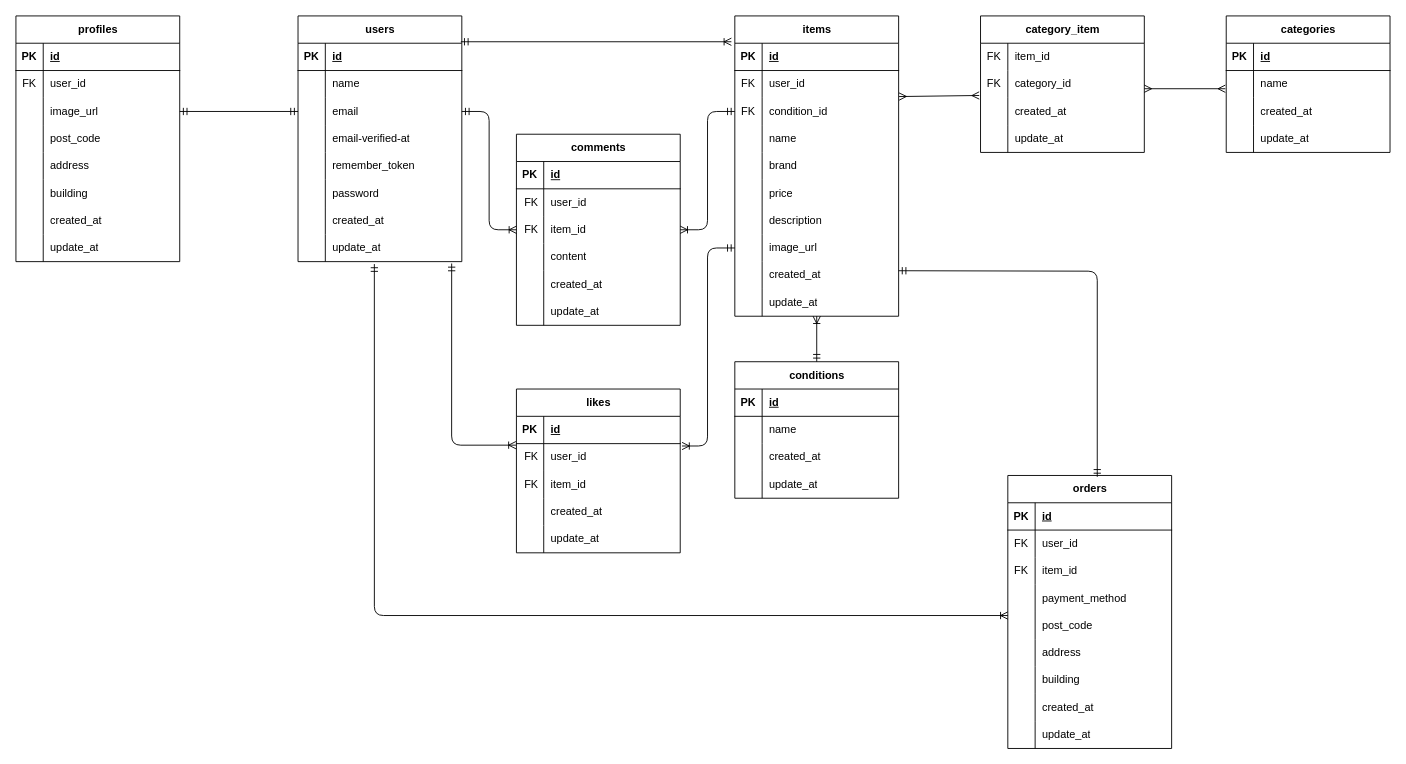
The draw.io diagram .drawio in kblueblue66-cell/simulation_project1, before the edit. Source tidied: cells renumbered, new cells numbered last; positions are measured from the earlier drawing's top-left corner, leaving out a move shared by most shapes. Both pictures are drawn from the tidied source at 91%, with x=0, y=0 at pixel (15, 15).
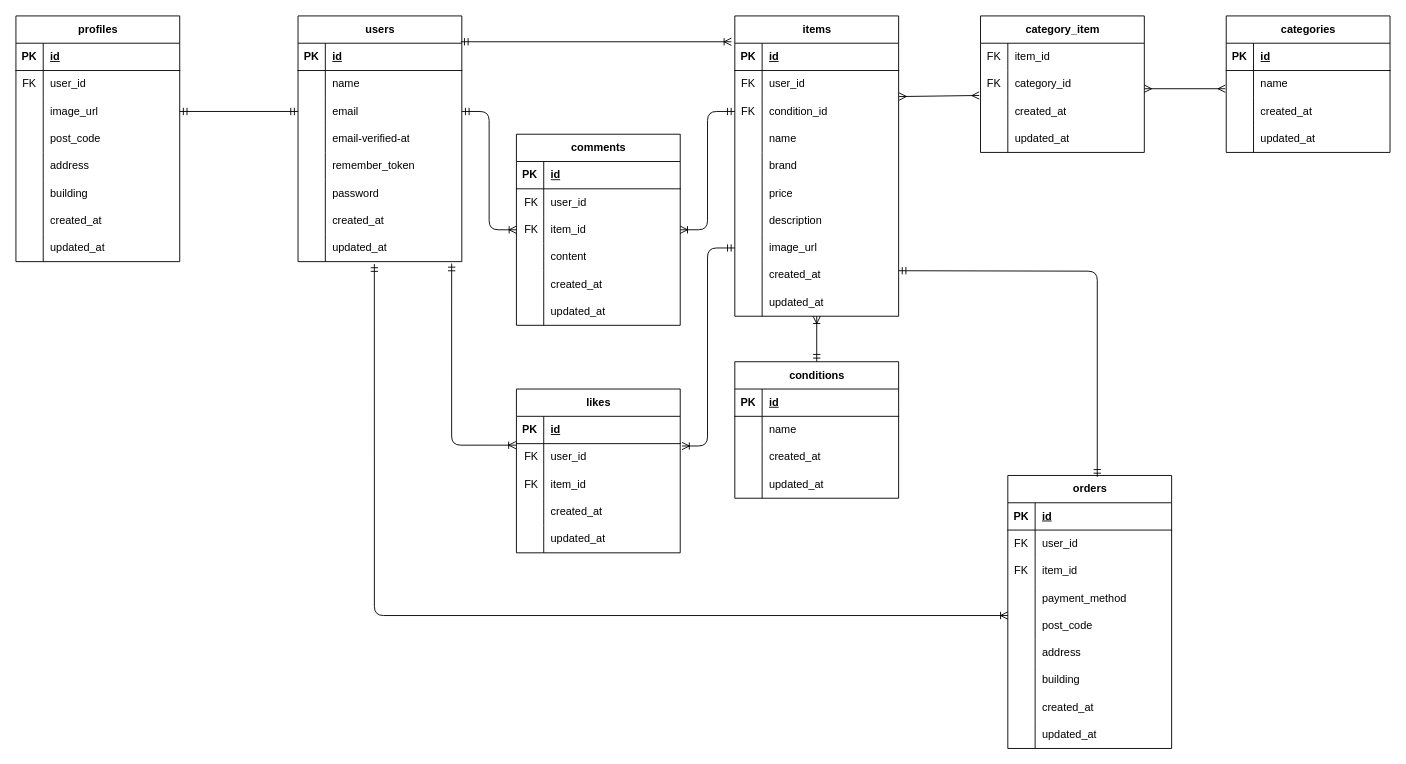
The same diagram, later.

The change refers to these unchanged cells:
```xml
<mxCell id="27" style="shape=tableRow;horizontal=0;startSize=0;swimlaneHead=0;swimlaneBody=0;fillColor=none;top=0;left=0;right=0;bottom=0;" parent="2" vertex="1">
  <mxGeometry y="270" width="180" height="30" as="geometry" />
</mxCell>
<mxCell id="52" style="shape=tableRow;horizontal=0;startSize=0;swimlaneHead=0;swimlaneBody=0;fillColor=none;points=[[0,0.5],[1,0.5]];portConstraint=eastwest;top=0;left=0;right=0;bottom=0;" parent="30" vertex="1">
  <mxGeometry y="240" width="180" height="30" as="geometry" />
</mxCell>
<mxCell id="77" style="shape=tableRow;horizontal=0;startSize=0;swimlaneHead=0;swimlaneBody=0;fillColor=none;top=0;left=0;right=0;bottom=0;" parent="55" vertex="1">
  <mxGeometry y="240" width="180" height="30" as="geometry" />
</mxCell>
<mxCell id="108" style="shape=tableRow;horizontal=0;startSize=0;swimlaneHead=0;swimlaneBody=0;fillColor=none;top=0;left=0;right=0;bottom=0;" parent="80" vertex="1">
  <mxGeometry y="300" width="180" height="30" as="geometry" />
</mxCell>
<mxCell id="121" style="shape=tableRow;horizontal=0;startSize=0;swimlaneHead=0;swimlaneBody=0;fillColor=none;top=0;left=0;right=0;bottom=0;" parent="111" vertex="1">
  <mxGeometry y="120" width="180" height="30" as="geometry" />
</mxCell>
<mxCell id="134" style="shape=tableRow;horizontal=0;startSize=0;swimlaneHead=0;swimlaneBody=0;fillColor=none;top=0;left=0;right=0;bottom=0;" parent="124" vertex="1">
  <mxGeometry y="120" width="180" height="30" as="geometry" />
</mxCell>
<mxCell id="147" style="shape=tableRow;horizontal=0;startSize=0;swimlaneHead=0;swimlaneBody=0;fillColor=none;top=0;left=0;right=0;bottom=0;" parent="137" vertex="1">
  <mxGeometry y="120" width="180" height="30" as="geometry" />
</mxCell>
<mxCell id="166" style="shape=tableRow;horizontal=0;startSize=0;swimlaneHead=0;swimlaneBody=0;fillColor=none;top=0;left=0;right=0;bottom=0;" parent="150" vertex="1">
  <mxGeometry y="180" width="180" height="30" as="geometry" />
</mxCell>
<mxCell id="182" style="shape=tableRow;horizontal=0;startSize=0;swimlaneHead=0;swimlaneBody=0;fillColor=none;top=0;left=0;right=0;bottom=0;" parent="169" vertex="1">
  <mxGeometry y="150" width="180" height="30" as="geometry" />
</mxCell>
```

Diff of the diagram source:
```diff
@@
-    <mxCell id="29" value="update_at" style="shape=partialRectangle;fillColor=none;top=0;left=0;bottom=0;right=0;align=left;spacingLeft=6;overflow=hidden;whiteSpace=wrap;html=1;" parent="27" vertex="1">
+    <mxCell id="29" value="updated_at" style="shape=partialRectangle;fillColor=none;top=0;left=0;bottom=0;right=0;align=left;spacingLeft=6;overflow=hidden;whiteSpace=wrap;html=1;" parent="27" vertex="1">
       <mxGeometry x="30" width="150" height="30" as="geometry" />
     </mxCell>
@@
-    <mxCell id="54" value="update_at" style="shape=partialRectangle;fillColor=none;top=0;left=0;bottom=0;right=0;align=left;spacingLeft=6;overflow=hidden;whiteSpace=wrap;html=1;" parent="52" vertex="1">
+    <mxCell id="54" value="updated_at" style="shape=partialRectangle;fillColor=none;top=0;left=0;bottom=0;right=0;align=left;spacingLeft=6;overflow=hidden;whiteSpace=wrap;html=1;" parent="52" vertex="1">
       <mxGeometry x="30" width="150" height="30" as="geometry" />
     </mxCell>
@@
-    <mxCell id="79" value="update_at" style="shape=partialRectangle;fillColor=none;top=0;left=0;bottom=0;right=0;align=left;spacingLeft=6;overflow=hidden;whiteSpace=wrap;html=1;" parent="77" vertex="1">
+    <mxCell id="79" value="updated_at" style="shape=partialRectangle;fillColor=none;top=0;left=0;bottom=0;right=0;align=left;spacingLeft=6;overflow=hidden;whiteSpace=wrap;html=1;" parent="77" vertex="1">
       <mxGeometry x="30" width="150" height="30" as="geometry" />
     </mxCell>
@@
-    <mxCell id="110" value="update_at" style="shape=partialRectangle;fillColor=none;top=0;left=0;bottom=0;right=0;align=left;spacingLeft=6;overflow=hidden;whiteSpace=wrap;html=1;" parent="108" vertex="1">
+    <mxCell id="110" value="updated_at" style="shape=partialRectangle;fillColor=none;top=0;left=0;bottom=0;right=0;align=left;spacingLeft=6;overflow=hidden;whiteSpace=wrap;html=1;" parent="108" vertex="1">
       <mxGeometry x="30" width="150" height="30" as="geometry" />
     </mxCell>
@@
-    <mxCell id="123" value="update_at" style="shape=partialRectangle;fillColor=none;top=0;left=0;bottom=0;right=0;align=left;spacingLeft=6;overflow=hidden;whiteSpace=wrap;html=1;" parent="121" vertex="1">
+    <mxCell id="123" value="updated_at" style="shape=partialRectangle;fillColor=none;top=0;left=0;bottom=0;right=0;align=left;spacingLeft=6;overflow=hidden;whiteSpace=wrap;html=1;" parent="121" vertex="1">
       <mxGeometry x="30" width="150" height="30" as="geometry" />
     </mxCell>
@@
-    <mxCell id="136" value="update_at" style="shape=partialRectangle;fillColor=none;top=0;left=0;bottom=0;right=0;align=left;spacingLeft=6;overflow=hidden;whiteSpace=wrap;html=1;" parent="134" vertex="1">
+    <mxCell id="136" value="updated_at" style="shape=partialRectangle;fillColor=none;top=0;left=0;bottom=0;right=0;align=left;spacingLeft=6;overflow=hidden;whiteSpace=wrap;html=1;" parent="134" vertex="1">
       <mxGeometry x="30" width="150" height="30" as="geometry" />
     </mxCell>
@@
-    <mxCell id="149" value="update_at" style="shape=partialRectangle;fillColor=none;top=0;left=0;bottom=0;right=0;align=left;spacingLeft=6;overflow=hidden;whiteSpace=wrap;html=1;" parent="147" vertex="1">
+    <mxCell id="149" value="updated_at" style="shape=partialRectangle;fillColor=none;top=0;left=0;bottom=0;right=0;align=left;spacingLeft=6;overflow=hidden;whiteSpace=wrap;html=1;" parent="147" vertex="1">
       <mxGeometry x="30" width="150" height="30" as="geometry" />
     </mxCell>
@@
-    <mxCell id="168" value="update_at" style="shape=partialRectangle;fillColor=none;top=0;left=0;bottom=0;right=0;align=left;spacingLeft=6;overflow=hidden;whiteSpace=wrap;html=1;" parent="166" vertex="1">
+    <mxCell id="168" value="updated_at" style="shape=partialRectangle;fillColor=none;top=0;left=0;bottom=0;right=0;align=left;spacingLeft=6;overflow=hidden;whiteSpace=wrap;html=1;" parent="166" vertex="1">
       <mxGeometry x="30" width="150" height="30" as="geometry" />
     </mxCell>
@@
-    <mxCell id="184" value="update_at" style="shape=partialRectangle;fillColor=none;top=0;left=0;bottom=0;right=0;align=left;spacingLeft=6;overflow=hidden;whiteSpace=wrap;html=1;" parent="182" vertex="1">
+    <mxCell id="184" value="updated_at" style="shape=partialRectangle;fillColor=none;top=0;left=0;bottom=0;right=0;align=left;spacingLeft=6;overflow=hidden;whiteSpace=wrap;html=1;" parent="182" vertex="1">
       <mxGeometry x="30" width="150" height="30" as="geometry" />
     </mxCell>
```
